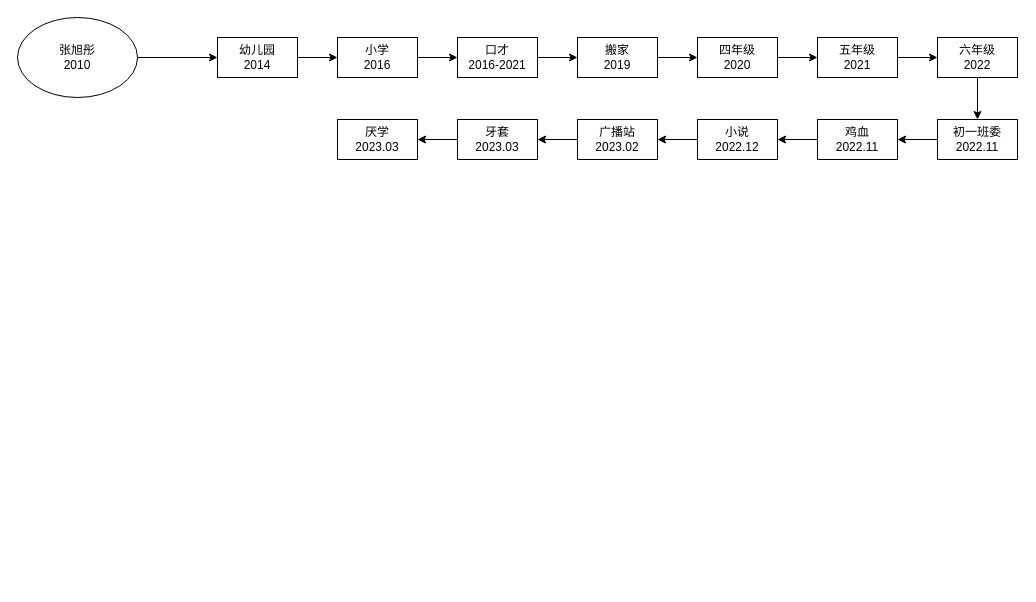
Before: page "画像-侄女" (8 of 8) of Fig_CS/Figure-Factory.drawio in jizhang02/Figure-Factory, a draw.io diagram. Source tidied: cells renumbered, new cells numbered last; positions are measured from the earlier drawing's top-left corner, leaving out a move shared by most shapes. Both pictures are drawn from the tidied source at 100%, with x=0, y=0 at pixel (17, 17).
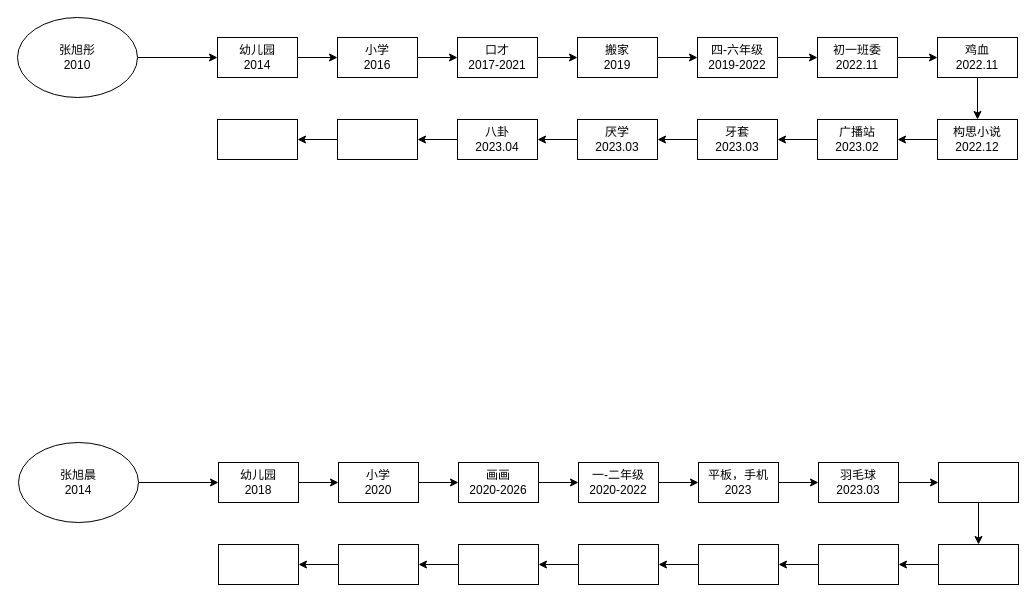
The same page after the edit.

Change to the diagram source:
```diff
@@
-    <mxCell id="5" value="初一班委&lt;br&gt;2022.11" style="rounded=0;whiteSpace=wrap;html=1;" parent="1" vertex="1">
+    <mxCell id="5" value="构思小说&lt;br style=&quot;border-color: var(--border-color);&quot;&gt;2022.12" style="rounded=0;whiteSpace=wrap;html=1;" parent="1" vertex="1">
       <mxGeometry x="920" y="102" width="80" height="40" as="geometry" />
     </mxCell>
@@
-    <mxCell id="7" value="鸡血&lt;br style=&quot;border-color: var(--border-color);&quot;&gt;2022.11" style="rounded=0;whiteSpace=wrap;html=1;" parent="1" vertex="1">
+    <mxCell id="7" value="广播站&lt;br style=&quot;border-color: var(--border-color);&quot;&gt;2023.02" style="rounded=0;whiteSpace=wrap;html=1;" parent="1" vertex="1">
       <mxGeometry x="800" y="102" width="80" height="40" as="geometry" />
     </mxCell>
@@
-    <mxCell id="9" value="小说&lt;br style=&quot;border-color: var(--border-color);&quot;&gt;2022.12" style="rounded=0;whiteSpace=wrap;html=1;" parent="1" vertex="1">
+    <mxCell id="9" value="牙套&lt;br style=&quot;border-color: var(--border-color);&quot;&gt;2023.03" style="rounded=0;whiteSpace=wrap;html=1;" parent="1" vertex="1">
       <mxGeometry x="680" y="102" width="80" height="40" as="geometry" />
     </mxCell>
@@
-    <mxCell id="11" value="广播站&lt;br style=&quot;border-color: var(--border-color);&quot;&gt;2023.02" style="rounded=0;whiteSpace=wrap;html=1;" parent="1" vertex="1">
+    <mxCell id="11" value="&lt;span style=&quot;color: rgb(0, 0, 0); font-family: Helvetica; font-size: 12px; font-style: normal; font-variant-ligatures: normal; font-variant-caps: normal; font-weight: 400; letter-spacing: normal; orphans: 2; text-align: center; text-indent: 0px; text-transform: none; widows: 2; word-spacing: 0px; -webkit-text-stroke-width: 0px; background-color: rgb(251, 251, 251); text-decoration-thickness: initial; text-decoration-style: initial; text-decoration-color: initial; float: none; display: inline !important;&quot;&gt;厌学&lt;/span&gt;&lt;br style=&quot;border-color: var(--border-color); color: rgb(0, 0, 0); font-family: Helvetica; font-size: 12px; font-style: normal; font-variant-ligatures: normal; font-variant-caps: normal; font-weight: 400; letter-spacing: normal; orphans: 2; text-align: center; text-indent: 0px; text-transform: none; widows: 2; word-spacing: 0px; -webkit-text-stroke-width: 0px; background-color: rgb(251, 251, 251); text-decoration-thickness: initial; text-decoration-style: initial; text-decoration-color: initial;&quot;&gt;&lt;span style=&quot;color: rgb(0, 0, 0); font-family: Helvetica; font-size: 12px; font-style: normal; font-variant-ligatures: normal; font-variant-caps: normal; font-weight: 400; letter-spacing: normal; orphans: 2; text-align: center; text-indent: 0px; text-transform: none; widows: 2; word-spacing: 0px; -webkit-text-stroke-width: 0px; background-color: rgb(251, 251, 251); text-decoration-thickness: initial; text-decoration-style: initial; text-decoration-color: initial; float: none; display: inline !important;&quot;&gt;2023.03&lt;/span&gt;" style="rounded=0;whiteSpace=wrap;html=1;" parent="1" vertex="1">
       <mxGeometry x="560" y="102" width="80" height="40" as="geometry" />
     </mxCell>
@@
-    <mxCell id="15" value="四年级&lt;br&gt;2020" style="rounded=0;whiteSpace=wrap;html=1;" parent="1" vertex="1">
+    <mxCell id="15" value="四-六年级&lt;br&gt;2019-2022" style="rounded=0;whiteSpace=wrap;html=1;" parent="1" vertex="1">
       <mxGeometry x="680" y="20" width="80" height="40" as="geometry" />
     </mxCell>
@@
-    <mxCell id="17" value="五年级&lt;br&gt;2021" style="rounded=0;whiteSpace=wrap;html=1;" parent="1" vertex="1">
+    <mxCell id="17" value="初一班委&lt;br style=&quot;border-color: var(--border-color);&quot;&gt;2022.11" style="rounded=0;whiteSpace=wrap;html=1;" parent="1" vertex="1">
       <mxGeometry x="800" y="20" width="80" height="40" as="geometry" />
     </mxCell>
@@
-    <mxCell id="19" value="六年级&lt;br&gt;2022" style="rounded=0;whiteSpace=wrap;html=1;" parent="1" vertex="1">
+    <mxCell id="19" value="鸡血&lt;br style=&quot;border-color: var(--border-color);&quot;&gt;2022.11" style="rounded=0;whiteSpace=wrap;html=1;" parent="1" vertex="1">
       <mxGeometry x="920" y="20" width="80" height="40" as="geometry" />
     </mxCell>
@@
-    <mxCell id="21" value="牙套&lt;br style=&quot;border-color: var(--border-color);&quot;&gt;2023.03" style="rounded=0;whiteSpace=wrap;html=1;" parent="1" vertex="1">
+    <mxCell id="21" value="八卦&lt;br style=&quot;border-color: var(--border-color);&quot;&gt;2023.04" style="rounded=0;whiteSpace=wrap;html=1;" parent="1" vertex="1">
       <mxGeometry x="440" y="102" width="80" height="40" as="geometry" />
     </mxCell>
+    <mxCell id="29" style="edgeStyle=orthogonalEdgeStyle;rounded=0;jettySize=auto;html=1;" parent="1" edge="1" source="22" target="30">
+      <mxGeometry relative="1" as="geometry" />
+    </mxCell>
-    <mxCell id="22" value="厌学&lt;br&gt;2023.03" style="rounded=0;whiteSpace=wrap;html=1;" parent="1" vertex="1">
+    <mxCell id="22" style="rounded=0;whiteSpace=wrap;html=1;" parent="1" vertex="1">
       <mxGeometry x="320" y="102" width="80" height="40" as="geometry" />
     </mxCell>
@@
-    <mxCell id="24" value="口才&lt;br&gt;2016-2021" style="rounded=0;whiteSpace=wrap;html=1;" parent="1" vertex="1">
+    <mxCell id="24" value="口才&lt;br&gt;2017-2021" style="rounded=0;whiteSpace=wrap;html=1;" parent="1" vertex="1">
       <mxGeometry x="440" y="20" width="80" height="40" as="geometry" />
     </mxCell>
@@
+    <mxCell id="30" style="rounded=0;whiteSpace=wrap;html=1;" parent="1" vertex="1">
+      <mxGeometry x="200" y="102" width="80" height="40" as="geometry" />
+    </mxCell>
+    <mxCell id="31" style="edgeStyle=orthogonalEdgeStyle;rounded=0;jettySize=auto;html=1;" parent="1" edge="1" source="32" target="58">
+      <mxGeometry relative="1" as="geometry" />
+    </mxCell>
+    <mxCell id="32" value="张旭晨&lt;br&gt;2014" style="ellipse;whiteSpace=wrap;html=1;" parent="1" vertex="1">
+      <mxGeometry x="1" y="425" width="120" height="80" as="geometry" />
+    </mxCell>
+    <mxCell id="33" style="edgeStyle=orthogonalEdgeStyle;rounded=0;jettySize=auto;html=1;" parent="1" edge="1" source="34" target="36">
+      <mxGeometry relative="1" as="geometry" />
+    </mxCell>
+    <mxCell id="34" style="rounded=0;whiteSpace=wrap;html=1;" parent="1" vertex="1">
+      <mxGeometry x="921" y="527" width="80" height="40" as="geometry" />
+    </mxCell>
+    <mxCell id="35" style="edgeStyle=orthogonalEdgeStyle;rounded=0;jettySize=auto;html=1;" parent="1" edge="1" source="36" target="38">
+      <mxGeometry relative="1" as="geometry" />
+    </mxCell>
+    <mxCell id="36" style="rounded=0;whiteSpace=wrap;html=1;" parent="1" vertex="1">
+      <mxGeometry x="801" y="527" width="80" height="40" as="geometry" />
+    </mxCell>
+    <mxCell id="37" style="edgeStyle=orthogonalEdgeStyle;rounded=0;jettySize=auto;html=1;" parent="1" edge="1" source="38" target="40">
+      <mxGeometry relative="1" as="geometry" />
+    </mxCell>
+    <mxCell id="38" style="rounded=0;whiteSpace=wrap;html=1;" parent="1" vertex="1">
+      <mxGeometry x="681" y="527" width="80" height="40" as="geometry" />
+    </mxCell>
+    <mxCell id="39" style="edgeStyle=orthogonalEdgeStyle;rounded=0;jettySize=auto;html=1;" parent="1" edge="1" source="40" target="50">
+      <mxGeometry relative="1" as="geometry" />
+    </mxCell>
+    <mxCell id="40" style="rounded=0;whiteSpace=wrap;html=1;" parent="1" vertex="1">
+      <mxGeometry x="561" y="527" width="80" height="40" as="geometry" />
+    </mxCell>
+    <mxCell id="41" style="edgeStyle=orthogonalEdgeStyle;rounded=0;jettySize=auto;html=1;" parent="1" edge="1" source="42" target="44">
+      <mxGeometry relative="1" as="geometry" />
+    </mxCell>
+    <mxCell id="42" value="一-二年级&lt;br&gt;2020-2022" style="rounded=0;whiteSpace=wrap;html=1;" parent="1" vertex="1">
+      <mxGeometry x="561" y="445" width="80" height="40" as="geometry" />
+    </mxCell>
+    <mxCell id="43" style="edgeStyle=orthogonalEdgeStyle;rounded=0;jettySize=auto;html=1;" parent="1" edge="1" source="44" target="46">
+      <mxGeometry relative="1" as="geometry" />
+    </mxCell>
+    <mxCell id="44" value="平板，手机&lt;br style=&quot;border-color: var(--border-color);&quot;&gt;2023" style="rounded=0;whiteSpace=wrap;html=1;" parent="1" vertex="1">
+      <mxGeometry x="681" y="445" width="80" height="40" as="geometry" />
+    </mxCell>
+    <mxCell id="45" style="edgeStyle=orthogonalEdgeStyle;rounded=0;jettySize=auto;html=1;" parent="1" edge="1" source="46" target="48">
+      <mxGeometry relative="1" as="geometry" />
+    </mxCell>
+    <mxCell id="46" value="羽毛球&lt;br style=&quot;border-color: var(--border-color);&quot;&gt;2023.03" style="rounded=0;whiteSpace=wrap;html=1;" parent="1" vertex="1">
+      <mxGeometry x="801" y="445" width="80" height="40" as="geometry" />
+    </mxCell>
+    <mxCell id="47" style="edgeStyle=orthogonalEdgeStyle;rounded=0;jettySize=auto;html=1;" parent="1" edge="1" source="48" target="34">
+      <mxGeometry relative="1" as="geometry" />
+    </mxCell>
+    <mxCell id="48" style="rounded=0;whiteSpace=wrap;html=1;" parent="1" vertex="1">
+      <mxGeometry x="921" y="445" width="80" height="40" as="geometry" />
+    </mxCell>
+    <mxCell id="49" style="edgeStyle=orthogonalEdgeStyle;rounded=0;jettySize=auto;html=1;" parent="1" edge="1" source="50" target="52">
+      <mxGeometry relative="1" as="geometry" />
+    </mxCell>
+    <mxCell id="50" style="rounded=0;whiteSpace=wrap;html=1;" parent="1" vertex="1">
+      <mxGeometry x="441" y="527" width="80" height="40" as="geometry" />
+    </mxCell>
+    <mxCell id="51" style="edgeStyle=orthogonalEdgeStyle;rounded=0;jettySize=auto;html=1;" parent="1" edge="1" source="52" target="59">
+      <mxGeometry relative="1" as="geometry" />
+    </mxCell>
+    <mxCell id="52" style="rounded=0;whiteSpace=wrap;html=1;" parent="1" vertex="1">
+      <mxGeometry x="321" y="527" width="80" height="40" as="geometry" />
+    </mxCell>
+    <mxCell id="53" style="edgeStyle=orthogonalEdgeStyle;rounded=0;jettySize=auto;html=1;" parent="1" edge="1" source="54" target="42">
+      <mxGeometry relative="1" as="geometry" />
+    </mxCell>
+    <mxCell id="54" value="画画&lt;br&gt;2020-2026" style="rounded=0;whiteSpace=wrap;html=1;" parent="1" vertex="1">
+      <mxGeometry x="441" y="445" width="80" height="40" as="geometry" />
+    </mxCell>
+    <mxCell id="55" style="edgeStyle=orthogonalEdgeStyle;rounded=0;jettySize=auto;html=1;" parent="1" edge="1" source="56" target="54">
+      <mxGeometry relative="1" as="geometry" />
+    </mxCell>
+    <mxCell id="56" value="小学&lt;br&gt;2020" style="rounded=0;whiteSpace=wrap;html=1;" parent="1" vertex="1">
+      <mxGeometry x="321" y="445" width="80" height="40" as="geometry" />
+    </mxCell>
+    <mxCell id="57" style="edgeStyle=orthogonalEdgeStyle;rounded=0;jettySize=auto;html=1;" parent="1" edge="1" source="58" target="56">
+      <mxGeometry relative="1" as="geometry" />
+    </mxCell>
+    <mxCell id="58" value="幼儿园&lt;br&gt;2018" style="rounded=0;whiteSpace=wrap;html=1;" parent="1" vertex="1">
+      <mxGeometry x="201" y="445" width="80" height="40" as="geometry" />
+    </mxCell>
+    <mxCell id="59" style="rounded=0;whiteSpace=wrap;html=1;" parent="1" vertex="1">
+      <mxGeometry x="201" y="527" width="80" height="40" as="geometry" />
+    </mxCell>
```
